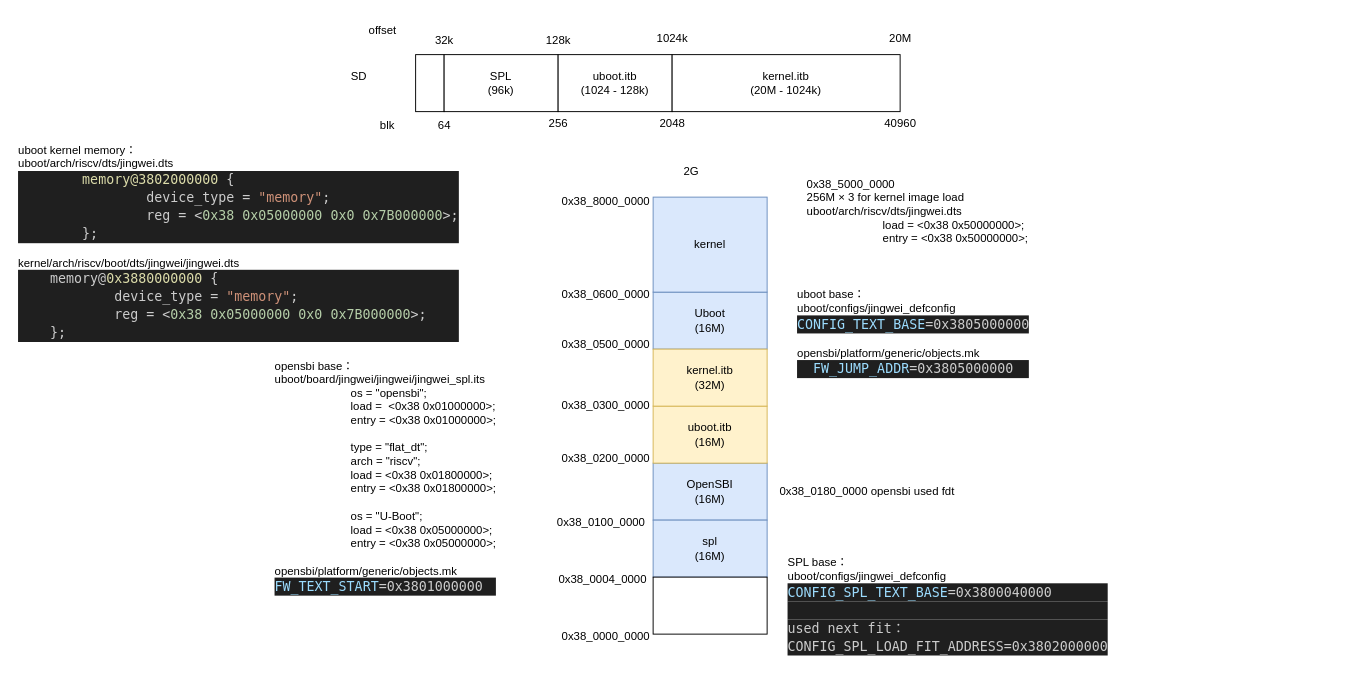
Above: page "memory layout" (2 of 2) of jingwei.drawio in thomas-coding/drawio (draw.io), before the change. Source tidied: cells renumbered, new cells numbered last; positions are measured from the earlier drawing's top-left corner, leaving out a move shared by most shapes. Both pictures are drawn from the tidied source at 95%, with x=0, y=0 at pixel (16, 16).
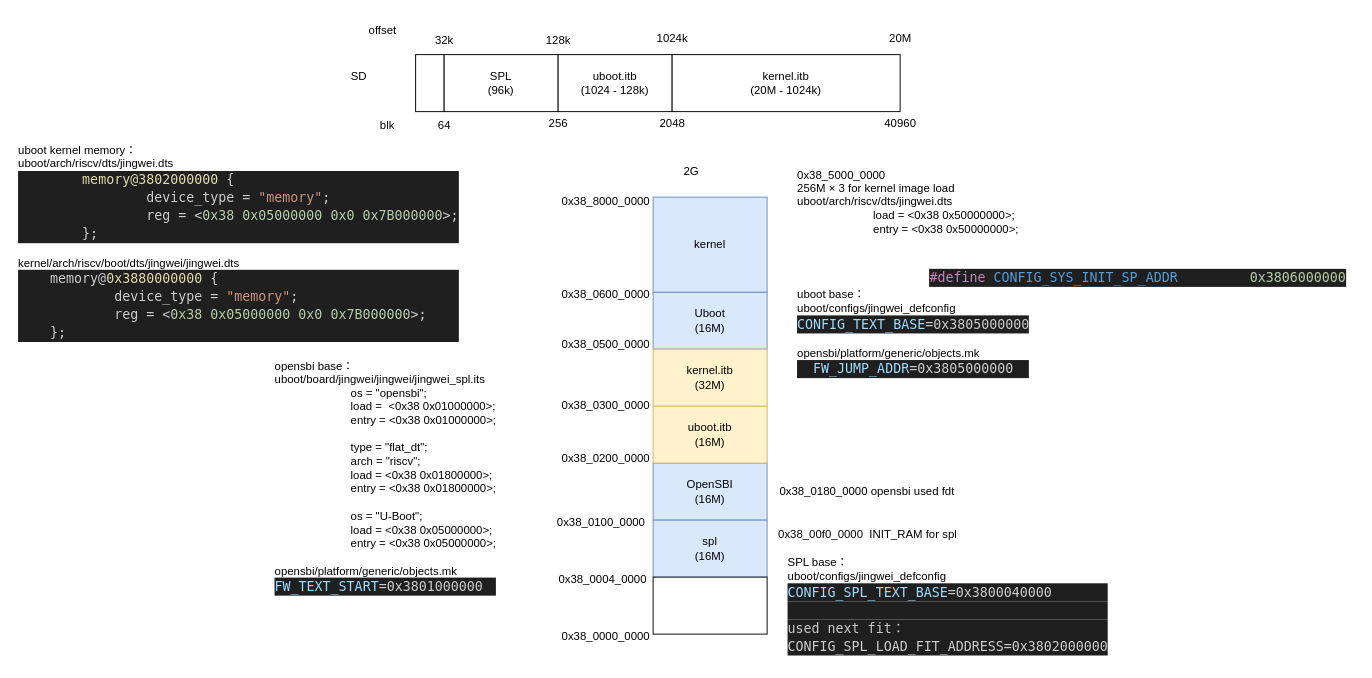
After the change.

Diff of the diagram source:
```diff
@@
     <mxCell id="38" value="0x38_5000_0000&lt;div&gt;256M × 3 for kernel image load&lt;/div&gt;&lt;div&gt;uboot/arch/riscv/dts/jingwei.dts&lt;br&gt;&lt;/div&gt;&lt;div&gt;&lt;div&gt;&lt;span style=&quot;white-space: nowrap;&quot;&gt;&lt;span style=&quot;white-space:pre&quot;&gt;&#9;&#9;&#9;&lt;/span&gt;load = &amp;lt;0x38 0x50000000&amp;gt;;&lt;/span&gt;&lt;/div&gt;&lt;div&gt;&lt;span style=&quot;white-space: nowrap;&quot;&gt;&lt;span style=&quot;white-space:pre&quot;&gt;&#9;&#9;&#9;&lt;/span&gt;entry = &amp;lt;0x38 0x50000000&amp;gt;;&lt;/span&gt;&lt;/div&gt;&lt;/div&gt;" style="text;html=1;align=left;verticalAlign=middle;strokeColor=none;fillColor=none;" parent="1" vertex="1">
-      <mxGeometry x="830" y="160" width="260" height="90" as="geometry" />
+      <mxGeometry x="820" y="150" width="260" height="90" as="geometry" />
     </mxCell>
+    <mxCell id="39" value="0x38_00f0_0000&amp;nbsp; INIT_RAM for spl" style="text;html=1;align=left;verticalAlign=middle;strokeColor=none;fillColor=none;" parent="1" vertex="1">
+      <mxGeometry x="800" y="530" width="210" height="30" as="geometry" />
+    </mxCell>
+    <mxCell id="40" value="&lt;div style=&quot;background-color: rgb(31, 31, 31); line-height: 19px; white-space: pre; font-size: 14px; font-family: &amp;quot;Droid Sans Mono&amp;quot;, &amp;quot;monospace&amp;quot;, monospace; color: rgb(204, 204, 204);&quot;&gt;&lt;div style=&quot;line-height: 19px;&quot;&gt;&lt;span style=&quot;color: #c586c0;&quot;&gt;#define&lt;/span&gt;&lt;span style=&quot;color: #569cd6;&quot;&gt; CONFIG_SYS_INIT_SP_ADDR         &lt;/span&gt;&lt;span style=&quot;color: #b5cea8;&quot;&gt;0x3806000000&lt;/span&gt;&lt;/div&gt;&lt;/div&gt;" style="text;html=1;align=center;verticalAlign=middle;strokeColor=none;fillColor=none;" parent="1" vertex="1">
+      <mxGeometry x="950" y="260" width="460" height="30" as="geometry" />
+    </mxCell>
```
